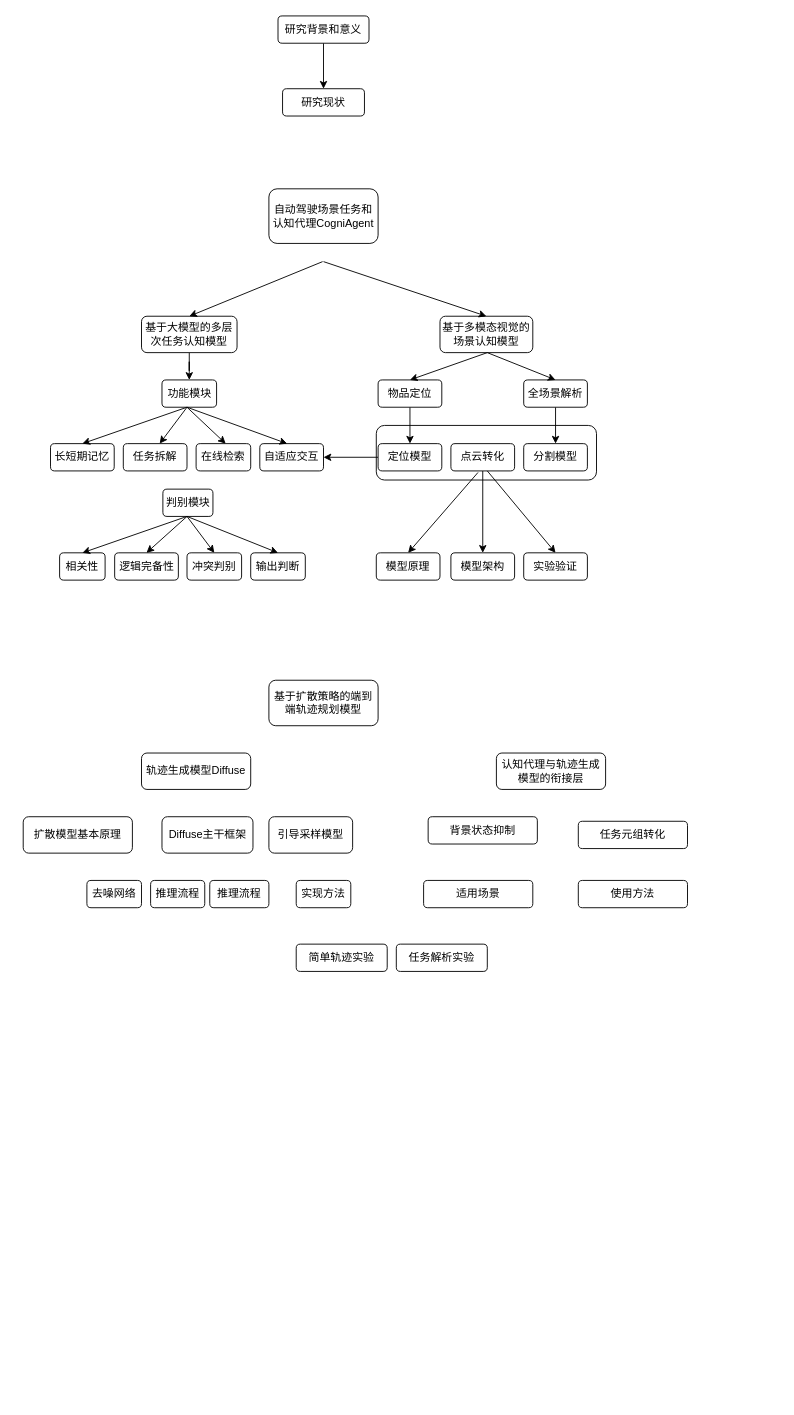
Before: 技术路线图.drawio in abigfreshman/abigfreshman, a draw.io diagram. Source tidied: cells renumbered, new cells numbered last; positions are measured from the earlier drawing's top-left corner, leaving out a move shared by most shapes. Both pictures are drawn from the tidied source at 91%, with x=0, y=0 at pixel (23, 15).
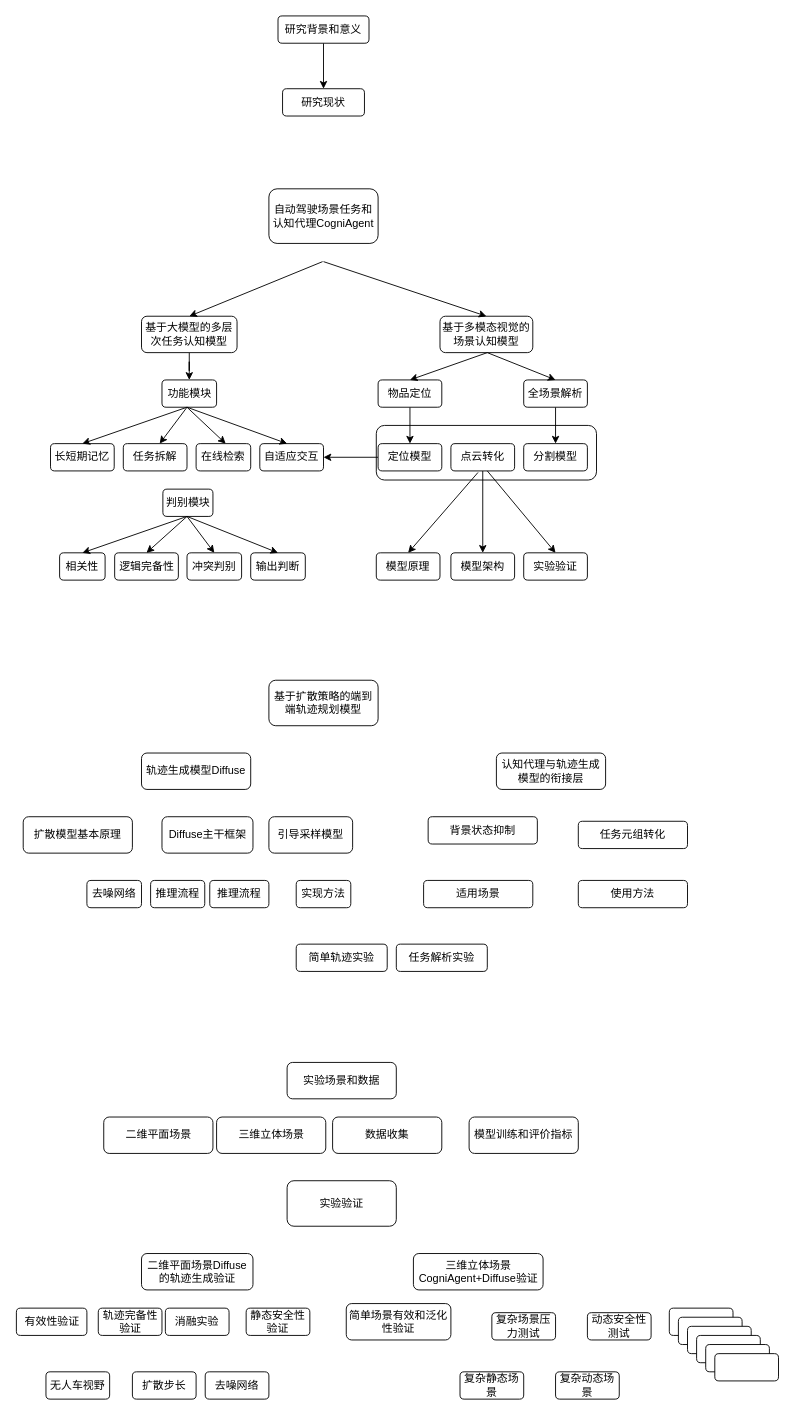
Above is the later version.

Commit message (it also covers changes not shown here):
Update 技术路线图.drawio

The edit, as a diff of the source:
```diff
@@
+    <mxCell id="62" value="实验场景和数据" style="rounded=1;whiteSpace=wrap;html=1;" parent="1" vertex="1">
+      <mxGeometry x="290" y="1150" width="120" height="40" as="geometry" />
+    </mxCell>
+    <mxCell id="63" value="二维平面场景" style="rounded=1;whiteSpace=wrap;html=1;" parent="1" vertex="1">
+      <mxGeometry x="88.5" y="1210" width="120" height="40" as="geometry" />
+    </mxCell>
+    <mxCell id="64" value="三维立体场景" style="rounded=1;whiteSpace=wrap;html=1;" parent="1" vertex="1">
+      <mxGeometry x="212.5" y="1210" width="120" height="40" as="geometry" />
+    </mxCell>
+    <mxCell id="65" value="数据收集" style="rounded=1;whiteSpace=wrap;html=1;" parent="1" vertex="1">
+      <mxGeometry x="340" y="1210" width="120" height="40" as="geometry" />
+    </mxCell>
+    <mxCell id="66" value="模型训练和评价指标" style="rounded=1;whiteSpace=wrap;html=1;" parent="1" vertex="1">
+      <mxGeometry x="490" y="1210" width="120" height="40" as="geometry" />
+    </mxCell>
+    <mxCell id="67" value="实验验证" style="rounded=1;whiteSpace=wrap;html=1;" parent="1" vertex="1">
+      <mxGeometry x="290" y="1280" width="120" height="50" as="geometry" />
+    </mxCell>
+    <mxCell id="68" value="二维平面场景Diffuse的轨迹生成验证" style="rounded=1;whiteSpace=wrap;html=1;" parent="1" vertex="1">
+      <mxGeometry x="130" y="1360" width="122.5" height="40" as="geometry" />
+    </mxCell>
+    <mxCell id="69" value="三维立体场景CogniAgent+Diffuse验证" style="rounded=1;whiteSpace=wrap;html=1;" parent="1" vertex="1">
+      <mxGeometry x="428.8" y="1360" width="142.5" height="40" as="geometry" />
+    </mxCell>
+    <mxCell id="70" value="轨迹完备性验证" style="whiteSpace=wrap;html=1;rounded=1;" parent="1" vertex="1">
+      <mxGeometry x="82.5" y="1420" width="70" height="30" as="geometry" />
+    </mxCell>
+    <mxCell id="71" value="有效性验证" style="whiteSpace=wrap;html=1;rounded=1;" parent="1" vertex="1">
+      <mxGeometry x="-7.5" y="1420" width="77.5" height="30" as="geometry" />
+    </mxCell>
+    <mxCell id="72" style="whiteSpace=wrap;html=1;rounded=1;" parent="1" vertex="1">
+      <mxGeometry x="710" y="1420" width="70" height="30" as="geometry" />
+    </mxCell>
+    <mxCell id="73" value="扩散步长" style="whiteSpace=wrap;html=1;rounded=1;" parent="1" vertex="1">
+      <mxGeometry x="120" y="1490" width="70" height="30" as="geometry" />
+    </mxCell>
+    <mxCell id="74" value="无人车视野" style="whiteSpace=wrap;html=1;rounded=1;" parent="1" vertex="1">
+      <mxGeometry x="25" y="1490" width="70" height="30" as="geometry" />
+    </mxCell>
+    <mxCell id="75" value="消融实验" style="whiteSpace=wrap;html=1;rounded=1;" parent="1" vertex="1">
+      <mxGeometry x="156.2" y="1420" width="70" height="30" as="geometry" />
+    </mxCell>
+    <mxCell id="76" value="静态安全性验证" style="whiteSpace=wrap;html=1;rounded=1;" parent="1" vertex="1">
+      <mxGeometry x="245" y="1420" width="70" height="30" as="geometry" />
+    </mxCell>
+    <mxCell id="77" style="whiteSpace=wrap;html=1;rounded=1;" parent="1" vertex="1">
+      <mxGeometry x="720" y="1430" width="70" height="30" as="geometry" />
+    </mxCell>
+    <mxCell id="78" style="whiteSpace=wrap;html=1;rounded=1;" parent="1" vertex="1">
+      <mxGeometry x="730" y="1440" width="70" height="30" as="geometry" />
+    </mxCell>
+    <mxCell id="79" style="whiteSpace=wrap;html=1;rounded=1;" parent="1" vertex="1">
+      <mxGeometry x="740" y="1450" width="70" height="30" as="geometry" />
+    </mxCell>
+    <mxCell id="80" style="whiteSpace=wrap;html=1;rounded=1;" parent="1" vertex="1">
+      <mxGeometry x="750" y="1460" width="70" height="30" as="geometry" />
+    </mxCell>
+    <mxCell id="81" style="whiteSpace=wrap;html=1;rounded=1;" parent="1" vertex="1">
+      <mxGeometry x="760" y="1470" width="70" height="30" as="geometry" />
+    </mxCell>
+    <mxCell id="82" value="动态安全性测试" style="whiteSpace=wrap;html=1;rounded=1;" parent="1" vertex="1">
+      <mxGeometry x="620" y="1425" width="70" height="30" as="geometry" />
+    </mxCell>
+    <mxCell id="83" value="复杂动态场景" style="whiteSpace=wrap;html=1;rounded=1;" parent="1" vertex="1">
+      <mxGeometry x="585" y="1490" width="70" height="30" as="geometry" />
+    </mxCell>
+    <mxCell id="84" value="复杂静态场景" style="whiteSpace=wrap;html=1;rounded=1;" parent="1" vertex="1">
+      <mxGeometry x="480" y="1490" width="70" height="30" as="geometry" />
+    </mxCell>
+    <mxCell id="85" value="复杂场景压力测试" style="whiteSpace=wrap;html=1;rounded=1;" parent="1" vertex="1">
+      <mxGeometry x="515" y="1425" width="70" height="30" as="geometry" />
+    </mxCell>
+    <mxCell id="86" value="简单场景有效和泛化性验证" style="whiteSpace=wrap;html=1;rounded=1;" parent="1" vertex="1">
+      <mxGeometry x="355" y="1415" width="115" height="40" as="geometry" />
+    </mxCell>
+    <mxCell id="87" value="去噪网络" style="whiteSpace=wrap;html=1;rounded=1;" parent="1" vertex="1">
+      <mxGeometry x="200" y="1490" width="70" height="30" as="geometry" />
+    </mxCell>
```
